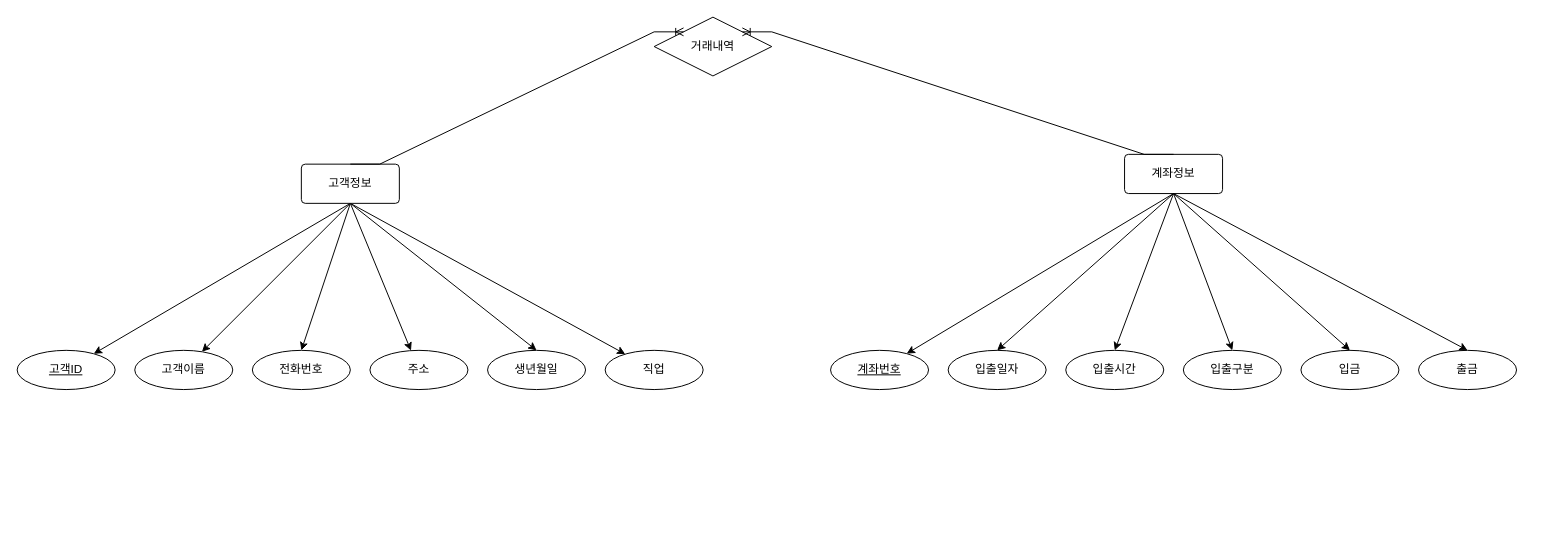
Before: Java_020_Bank/bank(2023-05-17).drawio in dbsdud00/Biz-2023-04-505-Java, a draw.io diagram. Source tidied: cells renumbered, new cells numbered last; positions are measured from the earlier drawing's top-left corner, leaving out a move shared by most shapes. Both pictures are drawn from the tidied source at 98%, with x=0, y=0 at pixel (17, 17).
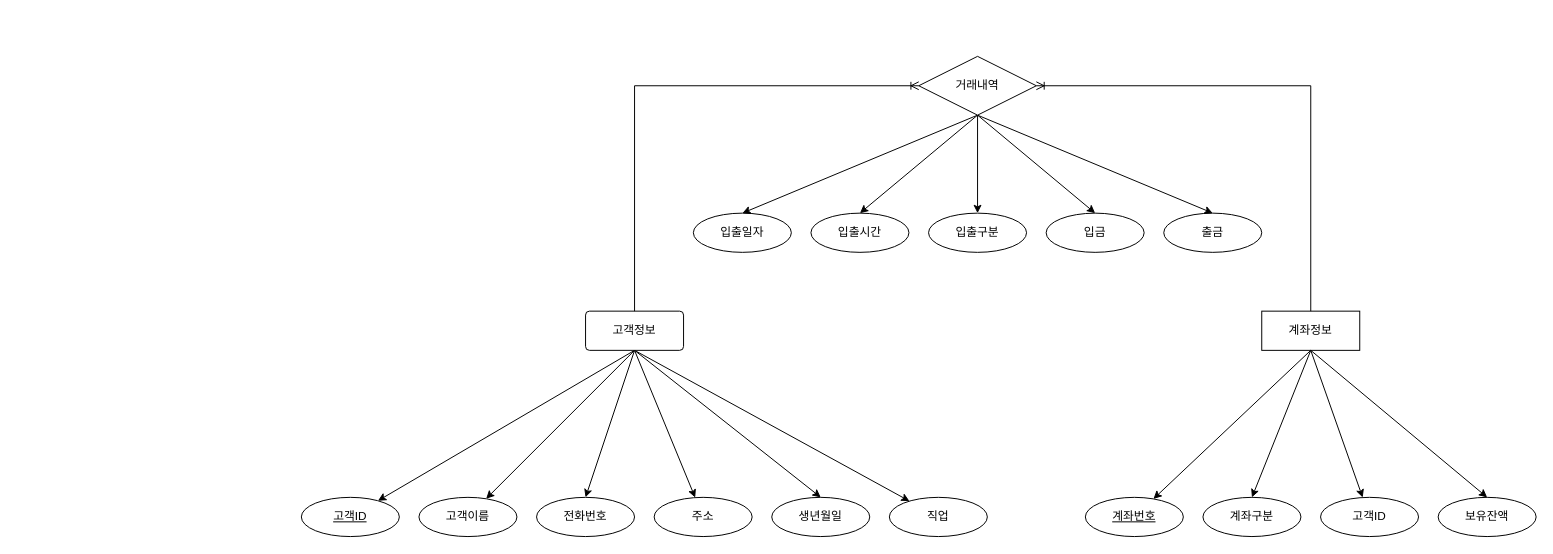
The same diagram, later.

The edit, as a diff of the source:
```diff
@@
     <mxCell id="8" value="고객정보" style="rounded=1;arcSize=10;whiteSpace=wrap;html=1;align=center;" parent="1" vertex="1">
-      <mxGeometry x="290" y="150" width="100" height="40" as="geometry" />
+      <mxGeometry x="580" y="300" width="100" height="40" as="geometry" />
     </mxCell>
     <mxCell id="9" value="고객ID" style="ellipse;whiteSpace=wrap;html=1;align=center;fontStyle=4;" parent="1" vertex="1">
-      <mxGeometry y="340" width="100" height="40" as="geometry" />
+      <mxGeometry x="290" y="490" width="100" height="40" as="geometry" />
     </mxCell>
     <mxCell id="10" value="고객이름" style="ellipse;whiteSpace=wrap;html=1;align=center;" parent="1" vertex="1">
-      <mxGeometry x="120" y="340" width="100" height="40" as="geometry" />
+      <mxGeometry x="410" y="490" width="100" height="40" as="geometry" />
     </mxCell>
     <mxCell id="11" value="전화번호" style="ellipse;whiteSpace=wrap;html=1;align=center;" parent="1" vertex="1">
-      <mxGeometry x="240" y="340" width="100" height="40" as="geometry" />
+      <mxGeometry x="530" y="490" width="100" height="40" as="geometry" />
     </mxCell>
     <mxCell id="12" value="주소" style="ellipse;whiteSpace=wrap;html=1;align=center;" parent="1" vertex="1">
-      <mxGeometry x="360" y="340" width="100" height="40" as="geometry" />
+      <mxGeometry x="650" y="490" width="100" height="40" as="geometry" />
     </mxCell>
     <mxCell id="13" value="생년월일" style="ellipse;whiteSpace=wrap;html=1;align=center;" parent="1" vertex="1">
-      <mxGeometry x="480" y="340" width="100" height="40" as="geometry" />
+      <mxGeometry x="770" y="490" width="100" height="40" as="geometry" />
     </mxCell>
     <mxCell id="14" value="직업" style="ellipse;whiteSpace=wrap;html=1;align=center;" parent="1" vertex="1">
-      <mxGeometry x="600" y="340" width="100" height="40" as="geometry" />
+      <mxGeometry x="890" y="490" width="100" height="40" as="geometry" />
     </mxCell>
@@
-    <mxCell id="16" value="계좌정보" style="rounded=1;arcSize=10;whiteSpace=wrap;html=1;align=center;" parent="1" vertex="1">
-      <mxGeometry x="1130" y="140" width="100" height="40" as="geometry" />
-    </mxCell>
     <mxCell id="17" value="계좌번호" style="ellipse;whiteSpace=wrap;html=1;align=center;fontStyle=4;" parent="1" vertex="1">
-      <mxGeometry x="830" y="340" width="100" height="40" as="geometry" />
+      <mxGeometry x="1090" y="490" width="100" height="40" as="geometry" />
     </mxCell>
     <mxCell id="18" value="입출일자" style="ellipse;whiteSpace=wrap;html=1;align=center;" parent="1" vertex="1">
-      <mxGeometry x="950" y="340" width="100" height="40" as="geometry" />
+      <mxGeometry x="690" y="200" width="100" height="40" as="geometry" />
     </mxCell>
     <mxCell id="19" value="입출시간" style="ellipse;whiteSpace=wrap;html=1;align=center;" parent="1" vertex="1">
-      <mxGeometry x="1070" y="340" width="100" height="40" as="geometry" />
+      <mxGeometry x="810" y="200" width="100" height="40" as="geometry" />
     </mxCell>
     <mxCell id="20" value="입출구분" style="ellipse;whiteSpace=wrap;html=1;align=center;" parent="1" vertex="1">
-      <mxGeometry x="1190" y="340" width="100" height="40" as="geometry" />
+      <mxGeometry x="930" y="200" width="100" height="40" as="geometry" />
     </mxCell>
     <mxCell id="21" value="입금" style="ellipse;whiteSpace=wrap;html=1;align=center;" parent="1" vertex="1">
-      <mxGeometry x="1310" y="340" width="100" height="40" as="geometry" />
+      <mxGeometry x="1050" y="200" width="100" height="40" as="geometry" />
     </mxCell>
     <mxCell id="22" value="출금" style="ellipse;whiteSpace=wrap;html=1;align=center;" parent="1" vertex="1">
-      <mxGeometry x="1430" y="340" width="100" height="40" as="geometry" />
+      <mxGeometry x="1170" y="200" width="100" height="40" as="geometry" />
     </mxCell>
-    <mxCell id="23" style="rounded=0;jettySize=auto;html=1;entryX=0.5;entryY=0;entryDx=0;entryDy=0;exitX=0.5;exitY=1;exitDx=0;exitDy=0;" parent="1" edge="1" source="16" target="22">
+    <mxCell id="23" style="rounded=0;jettySize=auto;html=1;entryX=0.5;entryY=0;entryDx=0;entryDy=0;exitX=0.5;exitY=1;exitDx=0;exitDy=0;" parent="1" edge="1" source="28" target="22">
       <mxGeometry relative="1" as="geometry" />
     </mxCell>
-    <mxCell id="24" style="rounded=0;jettySize=auto;html=1;entryX=0.5;entryY=0;entryDx=0;entryDy=0;exitX=0.5;exitY=1;exitDx=0;exitDy=0;" parent="1" edge="1" source="16" target="21">
+    <mxCell id="24" style="rounded=0;jettySize=auto;html=1;entryX=0.5;entryY=0;entryDx=0;entryDy=0;exitX=0.5;exitY=1;exitDx=0;exitDy=0;" parent="1" edge="1" source="28" target="21">
       <mxGeometry relative="1" as="geometry" />
     </mxCell>
-    <mxCell id="25" style="rounded=0;jettySize=auto;html=1;entryX=0.5;entryY=0;entryDx=0;entryDy=0;exitX=0.5;exitY=1;exitDx=0;exitDy=0;" parent="1" edge="1" source="16" target="20">
+    <mxCell id="25" style="rounded=0;jettySize=auto;html=1;entryX=0.5;entryY=0;entryDx=0;entryDy=0;exitX=0.5;exitY=1;exitDx=0;exitDy=0;" parent="1" edge="1" source="28" target="20">
       <mxGeometry relative="1" as="geometry" />
     </mxCell>
-    <mxCell id="26" style="rounded=0;jettySize=auto;html=1;entryX=0.5;entryY=0;entryDx=0;entryDy=0;exitX=0.5;exitY=1;exitDx=0;exitDy=0;" parent="1" edge="1" source="16" target="19">
+    <mxCell id="26" style="rounded=0;jettySize=auto;html=1;entryX=0.5;entryY=0;entryDx=0;entryDy=0;exitX=0.5;exitY=1;exitDx=0;exitDy=0;" parent="1" edge="1" source="28" target="19">
       <mxGeometry relative="1" as="geometry" />
     </mxCell>
-    <mxCell id="27" style="rounded=0;jettySize=auto;html=1;exitX=0.5;exitY=1;exitDx=0;exitDy=0;entryX=0.5;entryY=0;entryDx=0;entryDy=0;" parent="1" edge="1" source="16" target="18">
+    <mxCell id="27" style="rounded=0;jettySize=auto;html=1;exitX=0.5;exitY=1;exitDx=0;exitDy=0;entryX=0.5;entryY=0;entryDx=0;entryDy=0;" parent="1" edge="1" source="28" target="18">
       <mxGeometry relative="1" as="geometry" />
     </mxCell>
     <mxCell id="28" value="거래내역" style="shape=rhombus;perimeter=rhombusPerimeter;whiteSpace=wrap;html=1;align=center;" parent="1" vertex="1">
-      <mxGeometry x="650" width="120" height="60" as="geometry" />
+      <mxGeometry x="920" y="40" width="120" height="60" as="geometry" />
     </mxCell>
+    <mxCell id="16" value="계좌정보" style="whiteSpace=wrap;html=1;align=center;" parent="1" vertex="1">
+      <mxGeometry x="1270" y="300" width="100" height="40" as="geometry" />
+    </mxCell>
-    <mxCell id="29" style="edgeStyle=entityRelationEdgeStyle;fontSize=12;html=1;endArrow=ERoneToMany;rounded=0;entryX=0;entryY=0;entryDx=0;entryDy=0;exitX=0.5;exitY=0;exitDx=0;exitDy=0;" parent="1" edge="1" source="8" target="28">
+    <mxCell id="29" style="edgeStyle=orthogonalEdgeStyle;fontSize=12;html=1;endArrow=ERoneToMany;rounded=0;exitX=0.5;exitY=0;exitDx=0;exitDy=0;entryX=0;entryY=0.5;entryDx=0;entryDy=0;" parent="1" edge="1" source="8" target="28">
       <mxGeometry relative="1" as="geometry" />
     </mxCell>
-    <mxCell id="30" style="edgeStyle=entityRelationEdgeStyle;fontSize=12;html=1;endArrow=ERoneToMany;rounded=0;exitX=0.5;exitY=0;exitDx=0;exitDy=0;entryX=1;entryY=0;entryDx=0;entryDy=0;" parent="1" edge="1" source="16" target="28">
+    <mxCell id="30" style="fontSize=12;html=1;endArrow=ERoneToMany;rounded=0;exitX=0.5;exitY=0;exitDx=0;exitDy=0;entryX=1;entryY=0.5;entryDx=0;entryDy=0;edgeStyle=orthogonalEdgeStyle;" parent="1" edge="1" source="16" target="28">
       <mxGeometry relative="1" as="geometry" />
     </mxCell>
+    <mxCell id="31" value="계좌구분" style="ellipse;whiteSpace=wrap;html=1;align=center;" parent="1" vertex="1">
+      <mxGeometry x="1210" y="490" width="100" height="40" as="geometry" />
+    </mxCell>
+    <mxCell id="32" value="고객ID" style="ellipse;whiteSpace=wrap;html=1;align=center;" parent="1" vertex="1">
+      <mxGeometry x="1330" y="490" width="100" height="40" as="geometry" />
+    </mxCell>
+    <mxCell id="33" value="보유잔액" style="ellipse;whiteSpace=wrap;html=1;align=center;" parent="1" vertex="1">
+      <mxGeometry x="1450" y="490" width="100" height="40" as="geometry" />
+    </mxCell>
+    <mxCell id="34" style="rounded=0;jettySize=auto;html=1;exitX=0.5;exitY=1;exitDx=0;exitDy=0;entryX=0.5;entryY=0;entryDx=0;entryDy=0;" parent="1" edge="1" source="16" target="31">
+      <mxGeometry relative="1" as="geometry" />
+    </mxCell>
+    <mxCell id="35" style="rounded=0;jettySize=auto;html=1;exitX=0.5;exitY=1;exitDx=0;exitDy=0;" parent="1" edge="1" source="16" target="32">
+      <mxGeometry relative="1" as="geometry" />
+    </mxCell>
+    <mxCell id="36" style="rounded=0;jettySize=auto;html=1;exitX=0.5;exitY=1;exitDx=0;exitDy=0;entryX=0.5;entryY=0;entryDx=0;entryDy=0;" parent="1" edge="1" source="16" target="33">
+      <mxGeometry relative="1" as="geometry" />
+    </mxCell>
```
